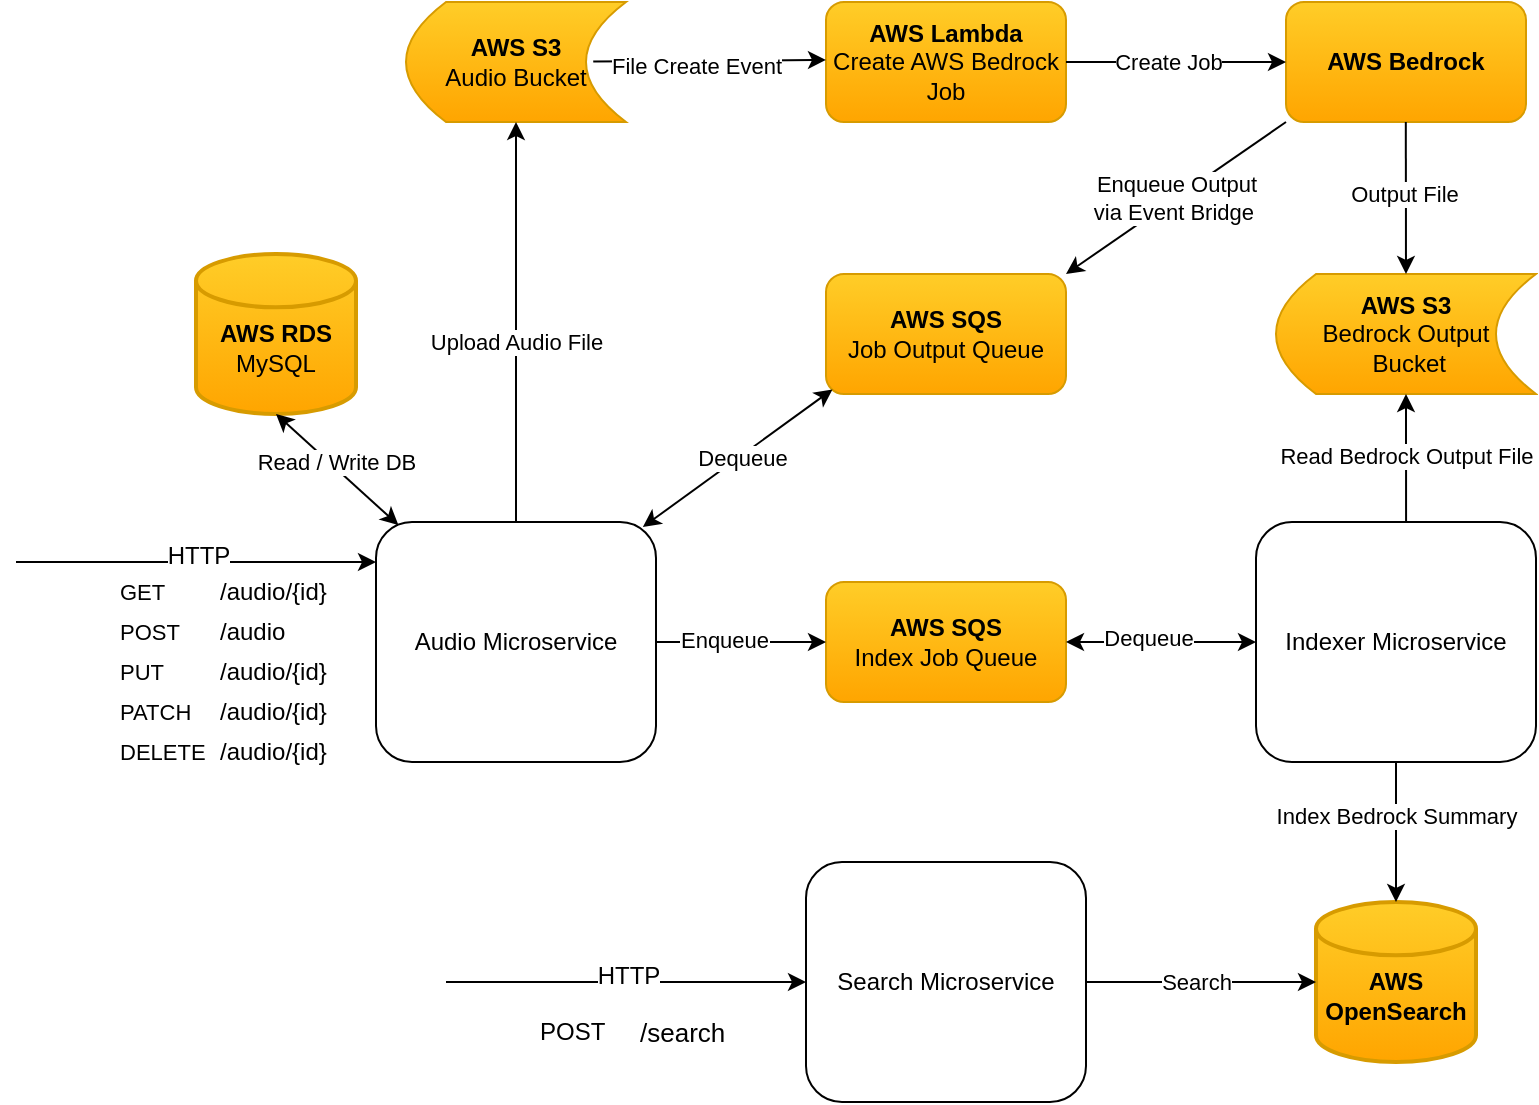
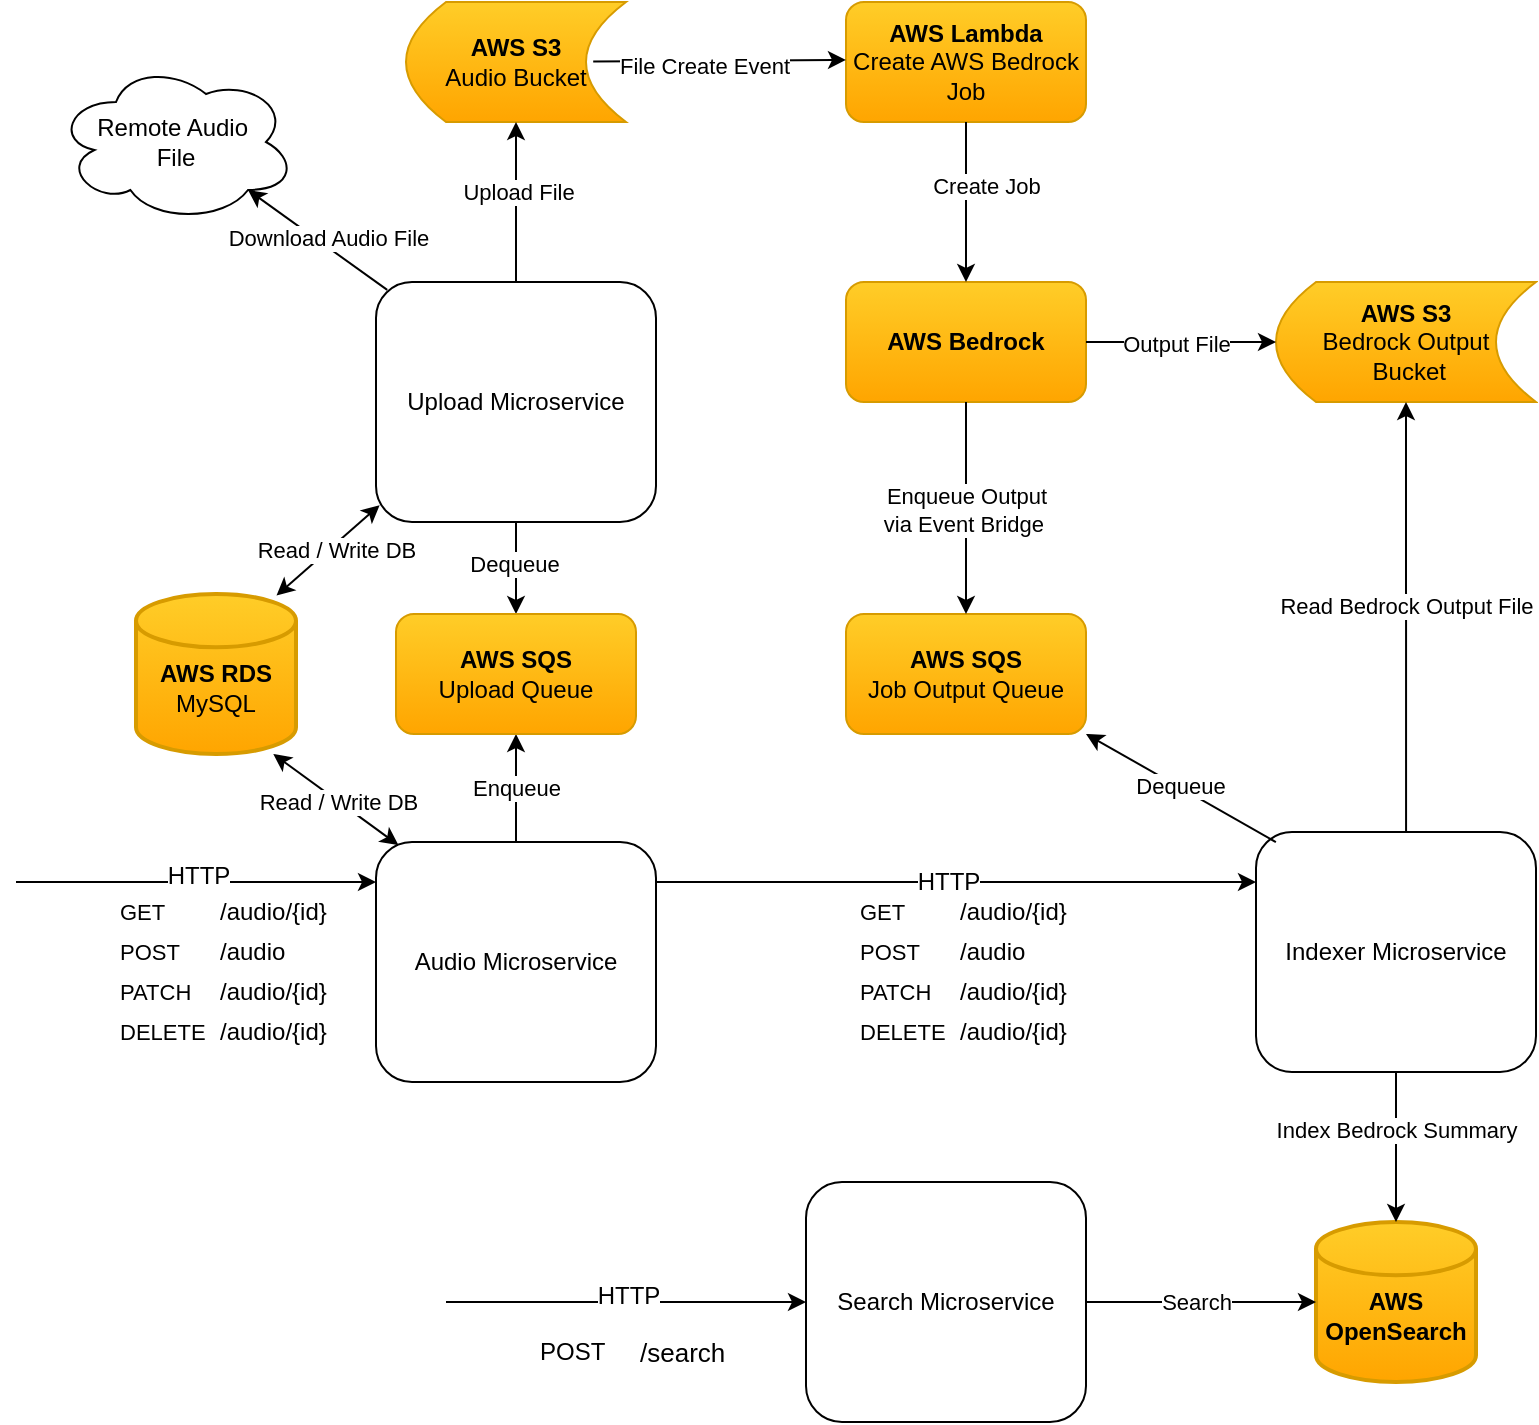
<mxfile host="app.diagrams.net">
  <diagram name="Page-1" id="f59WVBb-iNvn2O2LxKiO">
-     <mxGraphModel dx="2435" dy="811" grid="1" gridSize="10" guides="1" tooltips="1" connect="1" arrows="1" fold="1" page="1" pageScale="1" pageWidth="850" pageHeight="1100" math="0" shadow="0">
+     <mxGraphModel dx="3207" dy="1238" grid="1" gridSize="10" guides="1" tooltips="1" connect="1" arrows="1" fold="1" page="1" pageScale="1" pageWidth="850" pageHeight="1100" math="0" shadow="0">
      <root>
        <mxCell id="0" />
        <mxCell id="1" parent="0" />
        <mxCell id="4osqK7r4l8zFtXeIyvex-1" parent="1" style="strokeWidth=2;html=1;shape=mxgraph.flowchart.database;whiteSpace=wrap;fillColor=#ffcd28;strokeColor=#d79b00;gradientColor=#ffa500;" value="&lt;div&gt;&lt;br&gt;&lt;/div&gt;&lt;div&gt;&lt;span style=&quot;background-color: transparent; color: light-dark(rgb(0, 0, 0), rgb(255, 255, 255));&quot;&gt;&lt;br&gt;&lt;/span&gt;&lt;/div&gt;&lt;div&gt;&lt;span style=&quot;background-color: transparent; color: light-dark(rgb(0, 0, 0), rgb(255, 255, 255));&quot;&gt;&lt;b&gt;AWS RDS&lt;/b&gt;&lt;/span&gt;&lt;/div&gt;&lt;div&gt;&amp;nbsp;MySQL&amp;nbsp;&lt;div&gt;&lt;br&gt;&lt;/div&gt;&lt;/div&gt;" vertex="1">
-           <mxGeometry height="80" width="80" x="-740" y="556" as="geometry" />
+           <mxGeometry height="80" width="80" x="-770" y="566" as="geometry" />
+         </mxCell>
+         <mxCell id="JJBrL1IiXQh0uZgZklNr-6" edge="1" parent="1" source="4osqK7r4l8zFtXeIyvex-2" style="edgeStyle=orthogonalEdgeStyle;rounded=0;orthogonalLoop=1;jettySize=auto;html=1;exitX=0.5;exitY=0;exitDx=0;exitDy=0;entryX=0.5;entryY=1;entryDx=0;entryDy=0;" target="JJBrL1IiXQh0uZgZklNr-4">
+           <mxGeometry relative="1" as="geometry">
+             <mxPoint x="-580.2" y="640" as="targetPoint" />
+           </mxGeometry>
+         </mxCell>
+         <mxCell id="JJBrL1IiXQh0uZgZklNr-7" connectable="0" parent="JJBrL1IiXQh0uZgZklNr-6" style="edgeLabel;html=1;align=center;verticalAlign=middle;resizable=0;points=[];" value="Enqueue" vertex="1">
+           <mxGeometry relative="1" x="0.008" y="1" as="geometry">
+             <mxPoint x="1" as="offset" />
+           </mxGeometry>
        </mxCell>
        <mxCell id="4osqK7r4l8zFtXeIyvex-2" parent="1" style="rounded=1;whiteSpace=wrap;html=1;" value="Audio Microservice" vertex="1">
          <mxGeometry height="120" width="140" x="-650" y="690" as="geometry" />
        </mxCell>
-         <mxCell id="4osqK7r4l8zFtXeIyvex-5" edge="1" parent="1" source="4osqK7r4l8zFtXeIyvex-1" style="endArrow=classic;startArrow=classic;html=1;rounded=0;entryX=0.08;entryY=0.013;entryDx=0;entryDy=0;exitX=0.5;exitY=1;exitDx=0;exitDy=0;exitPerimeter=0;entryPerimeter=0;" target="4osqK7r4l8zFtXeIyvex-2" value="">
+         <mxCell id="4osqK7r4l8zFtXeIyvex-5" edge="1" parent="1" source="4osqK7r4l8zFtXeIyvex-1" style="endArrow=classic;startArrow=classic;html=1;rounded=0;entryX=0.08;entryY=0.013;entryDx=0;entryDy=0;exitX=0.858;exitY=1;exitDx=0;exitDy=0;exitPerimeter=0;entryPerimeter=0;" target="4osqK7r4l8zFtXeIyvex-2" value="">
          <mxGeometry height="50" relative="1" width="50" as="geometry">
            <mxPoint x="-460" y="830" as="sourcePoint" />
            <mxPoint x="-410" y="780" as="targetPoint" />
          </mxGeometry>
        </mxCell>
        <mxCell id="4osqK7r4l8zFtXeIyvex-55" connectable="0" parent="4osqK7r4l8zFtXeIyvex-5" style="edgeLabel;html=1;align=center;verticalAlign=middle;resizable=0;points=[];" value="Read / Write DB" vertex="1">
          <mxGeometry relative="1" x="-0.2893" y="-1" as="geometry">
-             <mxPoint x="9" y="3" as="offset" />
+             <mxPoint x="10" y="7" as="offset" />
          </mxGeometry>
        </mxCell>
        <mxCell id="4osqK7r4l8zFtXeIyvex-6" parent="1" style="shape=dataStorage;whiteSpace=wrap;html=1;fixedSize=1;fillColor=#ffcd28;gradientColor=#ffa500;strokeColor=#d79b00;align=center;" value="&lt;b&gt;AWS S3&lt;/b&gt;&lt;div&gt;Audio Bucket&lt;/div&gt;" vertex="1">
-           <mxGeometry height="60" width="110" x="-635" y="430" as="geometry" />
-         </mxCell>
-         <mxCell id="4osqK7r4l8zFtXeIyvex-7" edge="1" parent="1" source="4osqK7r4l8zFtXeIyvex-2" style="endArrow=classic;html=1;rounded=0;exitX=0.5;exitY=0;exitDx=0;exitDy=0;entryX=0.5;entryY=1;entryDx=0;entryDy=0;" target="4osqK7r4l8zFtXeIyvex-6" value="">
-           <mxGeometry height="50" relative="1" width="50" as="geometry">
-             <mxPoint x="-560" y="600" as="sourcePoint" />
-             <mxPoint x="-580" y="550" as="targetPoint" />
-           </mxGeometry>
-         </mxCell>
-         <mxCell id="4osqK7r4l8zFtXeIyvex-8" connectable="0" parent="4osqK7r4l8zFtXeIyvex-7" style="edgeLabel;html=1;align=center;verticalAlign=middle;resizable=0;points=[];" value="&lt;font&gt;Upload Audio File&lt;/font&gt;" vertex="1">
-           <mxGeometry relative="1" x="-0.0014" y="-5" as="geometry">
-             <mxPoint x="-5" y="10" as="offset" />
-           </mxGeometry>
+           <mxGeometry height="60" width="110" x="-635" y="270" as="geometry" />
        </mxCell>
        <mxCell id="4osqK7r4l8zFtXeIyvex-9" edge="1" parent="1" style="endArrow=classic;html=1;rounded=0;entryX=0;entryY=0.583;entryDx=0;entryDy=0;entryPerimeter=0;" value="">
          <mxGeometry height="50" relative="1" width="50" as="geometry">
            <mxPoint x="-830" y="710" as="sourcePoint" />
            <mxPoint x="-649.9999999999999" y="710" as="targetPoint" />
          </mxGeometry>
        </mxCell>
        <mxCell id="4osqK7r4l8zFtXeIyvex-10" connectable="0" parent="4osqK7r4l8zFtXeIyvex-9" style="edgeLabel;html=1;align=center;verticalAlign=middle;resizable=0;points=[];" value="&lt;font style=&quot;font-size: 12px;&quot;&gt;HTTP&lt;/font&gt;" vertex="1">
          <mxGeometry relative="1" x="0.1367" y="3" as="geometry">
            <mxPoint x="-12" as="offset" />
          </mxGeometry>
        </mxCell>
        <mxCell id="4osqK7r4l8zFtXeIyvex-11" parent="1" style="text;html=1;whiteSpace=wrap;strokeColor=none;fillColor=none;align=left;verticalAlign=middle;rounded=0;" value="&lt;font style=&quot;font-size: 11px;&quot;&gt;GET&lt;/font&gt;" vertex="1">
          <mxGeometry height="30" width="30" x="-780" y="710" as="geometry" />
        </mxCell>
        <mxCell id="4osqK7r4l8zFtXeIyvex-12" parent="1" style="text;html=1;whiteSpace=wrap;strokeColor=none;fillColor=none;align=left;verticalAlign=middle;rounded=0;" value="&lt;font style=&quot;font-size: 11px;&quot;&gt;POST&amp;nbsp;&lt;/font&gt;" vertex="1">
          <mxGeometry height="30" width="30" x="-780" y="730" as="geometry" />
        </mxCell>
-         <mxCell id="4osqK7r4l8zFtXeIyvex-13" parent="1" style="text;html=1;whiteSpace=wrap;strokeColor=none;fillColor=none;align=left;verticalAlign=middle;rounded=0;" value="&lt;font style=&quot;font-size: 11px;&quot;&gt;PUT&amp;nbsp;&lt;/font&gt;" vertex="1">
-           <mxGeometry height="30" width="30" x="-780" y="750" as="geometry" />
-         </mxCell>
        <mxCell id="4osqK7r4l8zFtXeIyvex-14" parent="1" style="text;html=1;whiteSpace=wrap;strokeColor=none;fillColor=none;align=left;verticalAlign=middle;rounded=0;" value="&lt;font style=&quot;font-size: 11px;&quot;&gt;PATCH&amp;nbsp;&lt;/font&gt;" vertex="1">
-           <mxGeometry height="30" width="40" x="-780" y="770" as="geometry" />
+           <mxGeometry height="30" width="40" x="-780" y="750" as="geometry" />
        </mxCell>
        <mxCell id="4osqK7r4l8zFtXeIyvex-15" parent="1" style="text;html=1;whiteSpace=wrap;strokeColor=none;fillColor=none;align=left;verticalAlign=middle;rounded=0;" value="&lt;font style=&quot;font-size: 11px;&quot;&gt;DELETE&lt;/font&gt;" vertex="1">
-           <mxGeometry height="30" width="50" x="-780" y="790" as="geometry" />
+           <mxGeometry height="30" width="50" x="-780" y="770" as="geometry" />
        </mxCell>
        <mxCell id="4osqK7r4l8zFtXeIyvex-16" parent="1" style="text;html=1;whiteSpace=wrap;strokeColor=none;fillColor=none;align=left;verticalAlign=middle;rounded=0;" value="/audio/{id}" vertex="1">
          <mxGeometry height="20" width="60" x="-730" y="715" as="geometry" />
        </mxCell>
-         <mxCell id="4osqK7r4l8zFtXeIyvex-19" parent="1" style="text;html=1;whiteSpace=wrap;strokeColor=none;fillColor=none;align=left;verticalAlign=middle;rounded=0;" value="/audio/{id}" vertex="1">
+         <mxCell id="4osqK7r4l8zFtXeIyvex-20" parent="1" style="text;html=1;whiteSpace=wrap;strokeColor=none;fillColor=none;align=left;verticalAlign=middle;rounded=0;" value="/audio/{id}" vertex="1">
          <mxGeometry height="20" width="60" x="-730" y="755" as="geometry" />
        </mxCell>
-         <mxCell id="4osqK7r4l8zFtXeIyvex-20" parent="1" style="text;html=1;whiteSpace=wrap;strokeColor=none;fillColor=none;align=left;verticalAlign=middle;rounded=0;" value="/audio/{id}" vertex="1">
+         <mxCell id="4osqK7r4l8zFtXeIyvex-21" parent="1" style="text;html=1;whiteSpace=wrap;strokeColor=none;fillColor=none;align=left;verticalAlign=middle;rounded=0;" value="/audio/{id}" vertex="1">
          <mxGeometry height="20" width="60" x="-730" y="775" as="geometry" />
-         </mxCell>
-         <mxCell id="4osqK7r4l8zFtXeIyvex-21" parent="1" style="text;html=1;whiteSpace=wrap;strokeColor=none;fillColor=none;align=left;verticalAlign=middle;rounded=0;" value="/audio/{id}" vertex="1">
-           <mxGeometry height="20" width="60" x="-730" y="795" as="geometry" />
        </mxCell>
        <mxCell id="4osqK7r4l8zFtXeIyvex-22" parent="1" style="text;html=1;whiteSpace=wrap;strokeColor=none;fillColor=none;align=left;verticalAlign=middle;rounded=0;" value="/audio" vertex="1">
          <mxGeometry height="20" width="60" x="-730" y="735" as="geometry" />
        </mxCell>
        <mxCell id="4osqK7r4l8zFtXeIyvex-23" parent="1" style="rounded=1;whiteSpace=wrap;html=1;fillColor=#ffcd28;gradientColor=#ffa500;strokeColor=#d79b00;" value="&lt;b&gt;AWS Lambda&lt;/b&gt;&lt;div&gt;Create AWS Bedrock Job&lt;/div&gt;" vertex="1">
-           <mxGeometry height="60" width="120" x="-425" y="430" as="geometry" />
+           <mxGeometry height="60" width="120" x="-415" y="270" as="geometry" />
        </mxCell>
        <mxCell id="4osqK7r4l8zFtXeIyvex-24" edge="1" parent="1" source="4osqK7r4l8zFtXeIyvex-6" style="endArrow=classic;html=1;rounded=0;entryX=0;entryY=0.483;entryDx=0;entryDy=0;entryPerimeter=0;exitX=0.851;exitY=0.496;exitDx=0;exitDy=0;exitPerimeter=0;" target="4osqK7r4l8zFtXeIyvex-23" value="">
          <mxGeometry height="50" relative="1" width="50" as="geometry">
            <mxPoint x="-520" y="459" as="sourcePoint" />
            <mxPoint x="-420" y="459" as="targetPoint" />
          </mxGeometry>
        </mxCell>
        <mxCell id="4osqK7r4l8zFtXeIyvex-25" connectable="0" parent="4osqK7r4l8zFtXeIyvex-24" style="edgeLabel;html=1;align=center;verticalAlign=middle;resizable=0;points=[];" value="File Create Event" vertex="1">
          <mxGeometry relative="1" x="-0.1199" y="-2" as="geometry">
            <mxPoint as="offset" />
          </mxGeometry>
        </mxCell>
        <mxCell id="4osqK7r4l8zFtXeIyvex-26" parent="1" style="rounded=1;whiteSpace=wrap;html=1;fillColor=#ffcd28;gradientColor=#ffa500;strokeColor=#d79b00;" value="&lt;b&gt;AWS Bedrock&lt;/b&gt;" vertex="1">
-           <mxGeometry height="60" width="120" x="-195" y="430" as="geometry" />
-         </mxCell>
-         <mxCell id="4osqK7r4l8zFtXeIyvex-27" edge="1" parent="1" source="4osqK7r4l8zFtXeIyvex-23" style="endArrow=classic;html=1;rounded=0;exitX=1;exitY=0.5;exitDx=0;exitDy=0;entryX=0;entryY=0.5;entryDx=0;entryDy=0;" target="4osqK7r4l8zFtXeIyvex-26" value="">
+           <mxGeometry height="60" width="120" x="-415" y="410" as="geometry" />
+         </mxCell>
+         <mxCell id="4osqK7r4l8zFtXeIyvex-27" edge="1" parent="1" source="4osqK7r4l8zFtXeIyvex-23" style="endArrow=classic;html=1;rounded=0;exitX=0.5;exitY=1;exitDx=0;exitDy=0;entryX=0.5;entryY=0;entryDx=0;entryDy=0;" target="4osqK7r4l8zFtXeIyvex-26" value="">
          <mxGeometry height="50" relative="1" width="50" as="geometry">
            <mxPoint x="-245" y="480" as="sourcePoint" />
            <mxPoint x="-195" y="430" as="targetPoint" />
          </mxGeometry>
        </mxCell>
        <mxCell id="4osqK7r4l8zFtXeIyvex-34" connectable="0" parent="4osqK7r4l8zFtXeIyvex-27" style="edgeLabel;html=1;align=center;verticalAlign=middle;resizable=0;points=[];" value="Create Job" vertex="1">
          <mxGeometry relative="1" x="-0.2412" y="1" as="geometry">
            <mxPoint x="9" y="1" as="offset" />
          </mxGeometry>
        </mxCell>
        <mxCell id="4osqK7r4l8zFtXeIyvex-28" parent="1" style="rounded=1;whiteSpace=wrap;html=1;fillColor=#ffcd28;gradientColor=#ffa500;strokeColor=#d79b00;" value="&lt;b&gt;AWS SQS&lt;/b&gt;&lt;div&gt;Job Output Queue&lt;/div&gt;" vertex="1">
-           <mxGeometry height="60" width="120" x="-425" y="566" as="geometry" />
+           <mxGeometry height="60" width="120" x="-415" y="576" as="geometry" />
        </mxCell>
        <mxCell id="4osqK7r4l8zFtXeIyvex-29" parent="1" style="shape=dataStorage;whiteSpace=wrap;html=1;fixedSize=1;fillColor=#ffcd28;gradientColor=#ffa500;strokeColor=#d79b00;align=center;" value="&lt;b&gt;AWS S3&lt;/b&gt;&lt;div&gt;Bedrock Output&lt;/div&gt;&lt;div&gt;&amp;nbsp;Bucket&lt;/div&gt;" vertex="1">
-           <mxGeometry height="60" width="130" x="-200" y="566" as="geometry" />
-         </mxCell>
-         <mxCell id="4osqK7r4l8zFtXeIyvex-30" edge="1" parent="1" style="endArrow=classic;html=1;rounded=0;exitX=0.5;exitY=1;exitDx=0;exitDy=0;entryX=0.5;entryY=0;entryDx=0;entryDy=0;" target="4osqK7r4l8zFtXeIyvex-29" value="">
+           <mxGeometry height="60" width="130" x="-200" y="410" as="geometry" />
+         </mxCell>
+         <mxCell id="4osqK7r4l8zFtXeIyvex-30" edge="1" parent="1" source="4osqK7r4l8zFtXeIyvex-26" style="endArrow=classic;html=1;rounded=0;exitX=1;exitY=0.5;exitDx=0;exitDy=0;entryX=0;entryY=0.5;entryDx=0;entryDy=0;" target="4osqK7r4l8zFtXeIyvex-29" value="">
          <mxGeometry height="50" relative="1" width="50" as="geometry">
            <mxPoint x="-135.1" y="490" as="sourcePoint" />
            <mxPoint x="-135" y="530" as="targetPoint" />
          </mxGeometry>
        </mxCell>
        <mxCell id="4osqK7r4l8zFtXeIyvex-32" connectable="0" parent="4osqK7r4l8zFtXeIyvex-30" style="edgeLabel;html=1;align=center;verticalAlign=middle;resizable=0;points=[];" value="Output File" vertex="1">
          <mxGeometry relative="1" x="-0.055" y="-1" as="geometry">
            <mxPoint as="offset" />
          </mxGeometry>
        </mxCell>
-         <mxCell id="4osqK7r4l8zFtXeIyvex-35" edge="1" parent="1" source="4osqK7r4l8zFtXeIyvex-28" style="endArrow=none;html=1;rounded=0;entryX=0;entryY=1;entryDx=0;entryDy=0;exitX=1;exitY=0;exitDx=0;exitDy=0;startArrow=classic;startFill=1;endFill=0;" target="4osqK7r4l8zFtXeIyvex-26" value="">
+         <mxCell id="4osqK7r4l8zFtXeIyvex-35" edge="1" parent="1" source="4osqK7r4l8zFtXeIyvex-28" style="endArrow=none;html=1;rounded=0;entryX=0.5;entryY=1;entryDx=0;entryDy=0;exitX=0.5;exitY=0;exitDx=0;exitDy=0;startArrow=classic;startFill=1;endFill=0;" target="4osqK7r4l8zFtXeIyvex-26" value="">
          <mxGeometry height="50" relative="1" width="50" as="geometry">
            <mxPoint x="-90" y="550" as="sourcePoint" />
            <mxPoint x="-40" y="500" as="targetPoint" />
          </mxGeometry>
        </mxCell>
        <mxCell id="4osqK7r4l8zFtXeIyvex-36" connectable="0" parent="4osqK7r4l8zFtXeIyvex-35" style="edgeLabel;html=1;align=center;verticalAlign=middle;resizable=0;points=[];" value="&amp;nbsp;Enqueue Output&amp;nbsp;&lt;div&gt;via Event Bridge&amp;nbsp;&lt;/div&gt;" vertex="1">
          <mxGeometry relative="1" x="-0.0067" as="geometry">
            <mxPoint as="offset" />
          </mxGeometry>
        </mxCell>
        <mxCell id="4osqK7r4l8zFtXeIyvex-38" parent="1" style="rounded=1;whiteSpace=wrap;html=1;" value="Indexer Microservice" vertex="1">
-           <mxGeometry height="120" width="140" x="-210" y="690" as="geometry" />
-         </mxCell>
-         <mxCell id="4osqK7r4l8zFtXeIyvex-40" parent="1" style="rounded=1;whiteSpace=wrap;html=1;fillColor=#ffcd28;gradientColor=#ffa500;strokeColor=#d79b00;" value="&lt;b&gt;AWS SQS&lt;/b&gt;&lt;div&gt;Index Job Queue&lt;/div&gt;" vertex="1">
-           <mxGeometry height="60" width="120" x="-425" y="720" as="geometry" />
-         </mxCell>
-         <mxCell id="4osqK7r4l8zFtXeIyvex-42" edge="1" parent="1" source="4osqK7r4l8zFtXeIyvex-2" style="endArrow=classic;startArrow=classic;html=1;rounded=0;entryX=0.027;entryY=0.962;entryDx=0;entryDy=0;exitX=0.953;exitY=0.021;exitDx=0;exitDy=0;exitPerimeter=0;entryPerimeter=0;" target="4osqK7r4l8zFtXeIyvex-28" value="">
+           <mxGeometry height="120" width="140" x="-210" y="685" as="geometry" />
+         </mxCell>
+         <mxCell id="4osqK7r4l8zFtXeIyvex-42" edge="1" parent="1" source="4osqK7r4l8zFtXeIyvex-38" style="endArrow=classic;startArrow=none;html=1;rounded=0;entryX=1;entryY=1;entryDx=0;entryDy=0;exitX=0.071;exitY=0.042;exitDx=0;exitDy=0;exitPerimeter=0;endFill=1;startFill=0;" target="4osqK7r4l8zFtXeIyvex-28" value="">
          <mxGeometry height="50" relative="1" width="50" as="geometry">
            <mxPoint x="-510" y="700" as="sourcePoint" />
            <mxPoint x="-460" y="650" as="targetPoint" />
          </mxGeometry>
        </mxCell>
        <mxCell id="4osqK7r4l8zFtXeIyvex-46" connectable="0" parent="4osqK7r4l8zFtXeIyvex-42" style="edgeLabel;html=1;align=center;verticalAlign=middle;resizable=0;points=[];" value="Dequeue" vertex="1">
          <mxGeometry relative="1" x="0.0242" y="-1" as="geometry">
-             <mxPoint as="offset" />
-           </mxGeometry>
-         </mxCell>
-         <mxCell id="4osqK7r4l8zFtXeIyvex-43" edge="1" parent="1" source="4osqK7r4l8zFtXeIyvex-2" style="endArrow=classic;html=1;rounded=0;exitX=1;exitY=0.5;exitDx=0;exitDy=0;entryX=0;entryY=0.5;entryDx=0;entryDy=0;" target="4osqK7r4l8zFtXeIyvex-40" value="">
-           <mxGeometry height="50" relative="1" width="50" as="geometry">
-             <mxPoint x="-450" y="700" as="sourcePoint" />
-             <mxPoint x="-430" y="720" as="targetPoint" />
-           </mxGeometry>
-         </mxCell>
-         <mxCell id="4osqK7r4l8zFtXeIyvex-48" connectable="0" parent="4osqK7r4l8zFtXeIyvex-43" style="edgeLabel;html=1;align=center;verticalAlign=middle;resizable=0;points=[];" value="Enqueue" vertex="1">
-           <mxGeometry relative="1" x="-0.2141" y="1" as="geometry">
-             <mxPoint as="offset" />
-           </mxGeometry>
-         </mxCell>
-         <mxCell id="4osqK7r4l8zFtXeIyvex-45" edge="1" parent="1" source="4osqK7r4l8zFtXeIyvex-40" style="endArrow=classic;startArrow=classic;html=1;rounded=0;entryX=0;entryY=0.5;entryDx=0;entryDy=0;exitX=1;exitY=0.5;exitDx=0;exitDy=0;" target="4osqK7r4l8zFtXeIyvex-38" value="">
-           <mxGeometry height="50" relative="1" width="50" as="geometry">
-             <mxPoint x="-300" y="750" as="sourcePoint" />
-             <mxPoint x="-260" y="700" as="targetPoint" />
-           </mxGeometry>
-         </mxCell>
-         <mxCell id="4osqK7r4l8zFtXeIyvex-47" connectable="0" parent="4osqK7r4l8zFtXeIyvex-45" style="edgeLabel;html=1;align=center;verticalAlign=middle;resizable=0;points=[];" value="Dequeue" vertex="1">
-           <mxGeometry relative="1" x="-0.1495" y="2" as="geometry">
            <mxPoint as="offset" />
          </mxGeometry>
        </mxCell>
        <mxCell id="4osqK7r4l8zFtXeIyvex-49" edge="1" parent="1" source="4osqK7r4l8zFtXeIyvex-38" style="endArrow=classic;html=1;rounded=0;entryX=0.5;entryY=1;entryDx=0;entryDy=0;exitX=0.536;exitY=0;exitDx=0;exitDy=0;exitPerimeter=0;" target="4osqK7r4l8zFtXeIyvex-29" value="">
          <mxGeometry height="50" relative="1" width="50" as="geometry">
            <mxPoint x="-140" y="730" as="sourcePoint" />
            <mxPoint x="-90" y="680" as="targetPoint" />
          </mxGeometry>
        </mxCell>
        <mxCell id="4osqK7r4l8zFtXeIyvex-50" connectable="0" parent="4osqK7r4l8zFtXeIyvex-49" style="edgeLabel;html=1;align=center;verticalAlign=middle;resizable=0;points=[];" value="Read Bedrock Output File" vertex="1">
          <mxGeometry relative="1" x="0.0492" as="geometry">
            <mxPoint as="offset" />
          </mxGeometry>
        </mxCell>
        <mxCell id="4osqK7r4l8zFtXeIyvex-51" parent="1" style="strokeWidth=2;html=1;shape=mxgraph.flowchart.database;whiteSpace=wrap;fillColor=#ffcd28;strokeColor=#d79b00;gradientColor=#ffa500;" value="&lt;div&gt;&lt;br&gt;&lt;/div&gt;&lt;div&gt;&lt;b style=&quot;background-color: transparent; color: light-dark(rgb(0, 0, 0), rgb(255, 255, 255));&quot;&gt;AWS OpenSearch&lt;/b&gt;&lt;/div&gt;" vertex="1">
          <mxGeometry height="80" width="80" x="-180" y="880" as="geometry" />
        </mxCell>
        <mxCell id="4osqK7r4l8zFtXeIyvex-52" edge="1" parent="1" source="4osqK7r4l8zFtXeIyvex-38" style="endArrow=classic;html=1;rounded=0;entryX=0.5;entryY=0;entryDx=0;entryDy=0;entryPerimeter=0;exitX=0.5;exitY=1;exitDx=0;exitDy=0;" target="4osqK7r4l8zFtXeIyvex-51" value="">
          <mxGeometry height="50" relative="1" width="50" as="geometry">
            <mxPoint x="-90" y="650" as="sourcePoint" />
            <mxPoint x="-40" y="600" as="targetPoint" />
          </mxGeometry>
        </mxCell>
        <mxCell id="4osqK7r4l8zFtXeIyvex-53" connectable="0" parent="4osqK7r4l8zFtXeIyvex-52" style="edgeLabel;html=1;align=center;verticalAlign=middle;resizable=0;points=[];" value="Index Bedrock Summary" vertex="1">
          <mxGeometry relative="1" x="-0.2519" as="geometry">
            <mxPoint y="1" as="offset" />
          </mxGeometry>
        </mxCell>
        <mxCell id="4osqK7r4l8zFtXeIyvex-54" parent="1" style="rounded=1;whiteSpace=wrap;html=1;" value="Search Microservice" vertex="1">
          <mxGeometry height="120" width="140" x="-435" y="860" as="geometry" />
        </mxCell>
        <mxCell id="4osqK7r4l8zFtXeIyvex-79" edge="1" parent="1" style="endArrow=classic;html=1;rounded=0;entryX=0;entryY=0.583;entryDx=0;entryDy=0;entryPerimeter=0;" value="">
          <mxGeometry height="50" relative="1" width="50" as="geometry">
            <mxPoint x="-615" y="920" as="sourcePoint" />
            <mxPoint x="-434.9999999999999" y="920" as="targetPoint" />
          </mxGeometry>
        </mxCell>
        <mxCell id="4osqK7r4l8zFtXeIyvex-80" connectable="0" parent="4osqK7r4l8zFtXeIyvex-79" style="edgeLabel;html=1;align=center;verticalAlign=middle;resizable=0;points=[];" value="&lt;font style=&quot;font-size: 12px;&quot;&gt;HTTP&lt;/font&gt;" vertex="1">
          <mxGeometry relative="1" x="0.1367" y="3" as="geometry">
            <mxPoint x="-12" as="offset" />
          </mxGeometry>
        </mxCell>
        <mxCell id="4osqK7r4l8zFtXeIyvex-81" parent="1" style="text;html=1;whiteSpace=wrap;strokeColor=none;fillColor=none;align=left;verticalAlign=middle;rounded=0;" value="&lt;font&gt;POST&amp;nbsp;&lt;/font&gt;" vertex="1">
          <mxGeometry height="30" width="30" x="-570" y="930" as="geometry" />
        </mxCell>
        <mxCell id="4osqK7r4l8zFtXeIyvex-82" parent="1" style="text;html=1;whiteSpace=wrap;strokeColor=none;fillColor=none;align=left;verticalAlign=middle;rounded=0;" value="&lt;font style=&quot;font-size: 13px;&quot;&gt;/search&lt;/font&gt;" vertex="1">
          <mxGeometry height="20" width="50" x="-520" y="935" as="geometry" />
        </mxCell>
        <mxCell id="4osqK7r4l8zFtXeIyvex-84" edge="1" parent="1" source="4osqK7r4l8zFtXeIyvex-54" style="edgeStyle=orthogonalEdgeStyle;rounded=0;orthogonalLoop=1;jettySize=auto;html=1;exitX=1;exitY=0.5;exitDx=0;exitDy=0;entryX=0;entryY=0.5;entryDx=0;entryDy=0;entryPerimeter=0;" target="4osqK7r4l8zFtXeIyvex-51">
          <mxGeometry relative="1" as="geometry" />
        </mxCell>
        <mxCell id="4osqK7r4l8zFtXeIyvex-85" connectable="0" parent="4osqK7r4l8zFtXeIyvex-84" style="edgeLabel;html=1;align=center;verticalAlign=middle;resizable=0;points=[];" value="Search" vertex="1">
          <mxGeometry relative="1" x="-0.049" as="geometry">
            <mxPoint as="offset" />
+           </mxGeometry>
+         </mxCell>
+         <mxCell id="JJBrL1IiXQh0uZgZklNr-10" edge="1" parent="1" source="JJBrL1IiXQh0uZgZklNr-1" style="edgeStyle=orthogonalEdgeStyle;rounded=0;orthogonalLoop=1;jettySize=auto;html=1;exitX=0.5;exitY=1;exitDx=0;exitDy=0;entryX=0.5;entryY=0;entryDx=0;entryDy=0;" target="JJBrL1IiXQh0uZgZklNr-4">
+           <mxGeometry relative="1" as="geometry">
+             <mxPoint x="-580" y="570" as="targetPoint" />
+           </mxGeometry>
+         </mxCell>
+         <mxCell id="JJBrL1IiXQh0uZgZklNr-11" connectable="0" parent="JJBrL1IiXQh0uZgZklNr-10" style="edgeLabel;html=1;align=center;verticalAlign=middle;resizable=0;points=[];" value="Dequeue" vertex="1">
+           <mxGeometry relative="1" x="-0.0856" y="-1" as="geometry">
+             <mxPoint as="offset" />
+           </mxGeometry>
+         </mxCell>
+         <mxCell id="JJBrL1IiXQh0uZgZklNr-1" parent="1" style="rounded=1;whiteSpace=wrap;html=1;" value="Upload Microservice" vertex="1">
+           <mxGeometry height="120" width="140" x="-650" y="410" as="geometry" />
+         </mxCell>
+         <mxCell id="JJBrL1IiXQh0uZgZklNr-2" edge="1" parent="1" source="4osqK7r4l8zFtXeIyvex-1" style="endArrow=classic;startArrow=classic;html=1;rounded=0;entryX=0.013;entryY=0.93;entryDx=0;entryDy=0;exitX=0.878;exitY=0.01;exitDx=0;exitDy=0;exitPerimeter=0;entryPerimeter=0;" target="JJBrL1IiXQh0uZgZklNr-1" value="">
+           <mxGeometry height="50" relative="1" width="50" as="geometry">
+             <mxPoint x="-670" y="510" as="sourcePoint" />
+             <mxPoint x="-569" y="572" as="targetPoint" />
+           </mxGeometry>
+         </mxCell>
+         <mxCell id="JJBrL1IiXQh0uZgZklNr-3" connectable="0" parent="JJBrL1IiXQh0uZgZklNr-2" style="edgeLabel;html=1;align=center;verticalAlign=middle;resizable=0;points=[];" value="Read / Write DB" vertex="1">
+           <mxGeometry relative="1" x="-0.2893" y="-1" as="geometry">
+             <mxPoint x="10" y="-8" as="offset" />
+           </mxGeometry>
+         </mxCell>
+         <mxCell id="JJBrL1IiXQh0uZgZklNr-4" parent="1" style="rounded=1;whiteSpace=wrap;html=1;fillColor=#ffcd28;gradientColor=#ffa500;strokeColor=#d79b00;" value="&lt;b&gt;AWS SQS&lt;/b&gt;&lt;div&gt;Upload Queue&lt;/div&gt;" vertex="1">
+           <mxGeometry height="60" width="120" x="-640" y="576" as="geometry" />
+         </mxCell>
+         <mxCell id="JJBrL1IiXQh0uZgZklNr-12" parent="1" style="ellipse;shape=cloud;whiteSpace=wrap;html=1;" value="Remote Audio&amp;nbsp;&lt;div&gt;File&lt;/div&gt;" vertex="1">
+           <mxGeometry height="80" width="120" x="-810" y="300" as="geometry" />
+         </mxCell>
+         <mxCell id="JJBrL1IiXQh0uZgZklNr-15" edge="1" parent="1" source="JJBrL1IiXQh0uZgZklNr-1" style="endArrow=classic;html=1;rounded=0;entryX=0.8;entryY=0.8;entryDx=0;entryDy=0;entryPerimeter=0;exitX=0.04;exitY=0.033;exitDx=0;exitDy=0;exitPerimeter=0;" target="JJBrL1IiXQh0uZgZklNr-12" value="">
+           <mxGeometry height="50" relative="1" width="50" as="geometry">
+             <mxPoint x="-210" y="570" as="sourcePoint" />
+             <mxPoint x="-160" y="520" as="targetPoint" />
+           </mxGeometry>
+         </mxCell>
+         <mxCell id="JJBrL1IiXQh0uZgZklNr-16" connectable="0" parent="JJBrL1IiXQh0uZgZklNr-15" style="edgeLabel;html=1;align=center;verticalAlign=middle;resizable=0;points=[];" value="Download Audio File" vertex="1">
+           <mxGeometry relative="1" x="0.1841" y="-1" as="geometry">
+             <mxPoint x="11" y="4" as="offset" />
+           </mxGeometry>
+         </mxCell>
+         <mxCell id="JJBrL1IiXQh0uZgZklNr-17" edge="1" parent="1" source="JJBrL1IiXQh0uZgZklNr-1" style="edgeStyle=orthogonalEdgeStyle;rounded=0;orthogonalLoop=1;jettySize=auto;html=1;exitX=0.5;exitY=0;exitDx=0;exitDy=0;entryX=0.5;entryY=1;entryDx=0;entryDy=0;" target="4osqK7r4l8zFtXeIyvex-6">
+           <mxGeometry relative="1" as="geometry" />
+         </mxCell>
+         <mxCell id="JJBrL1IiXQh0uZgZklNr-18" connectable="0" parent="JJBrL1IiXQh0uZgZklNr-17" style="edgeLabel;html=1;align=center;verticalAlign=middle;resizable=0;points=[];" value="Upload File" vertex="1">
+           <mxGeometry relative="1" x="0.119" y="-1" as="geometry">
+             <mxPoint as="offset" />
+           </mxGeometry>
+         </mxCell>
+         <mxCell id="JJBrL1IiXQh0uZgZklNr-20" parent="1" style="text;html=1;whiteSpace=wrap;strokeColor=none;fillColor=none;align=left;verticalAlign=middle;rounded=0;" value="&lt;font style=&quot;font-size: 11px;&quot;&gt;GET&lt;/font&gt;" vertex="1">
+           <mxGeometry height="30" width="30" x="-410" y="710" as="geometry" />
+         </mxCell>
+         <mxCell id="JJBrL1IiXQh0uZgZklNr-21" parent="1" style="text;html=1;whiteSpace=wrap;strokeColor=none;fillColor=none;align=left;verticalAlign=middle;rounded=0;" value="&lt;font style=&quot;font-size: 11px;&quot;&gt;POST&amp;nbsp;&lt;/font&gt;" vertex="1">
+           <mxGeometry height="30" width="30" x="-410" y="730" as="geometry" />
+         </mxCell>
+         <mxCell id="JJBrL1IiXQh0uZgZklNr-22" parent="1" style="text;html=1;whiteSpace=wrap;strokeColor=none;fillColor=none;align=left;verticalAlign=middle;rounded=0;" value="&lt;font style=&quot;font-size: 11px;&quot;&gt;PATCH&amp;nbsp;&lt;/font&gt;" vertex="1">
+           <mxGeometry height="30" width="40" x="-410" y="750" as="geometry" />
+         </mxCell>
+         <mxCell id="JJBrL1IiXQh0uZgZklNr-23" parent="1" style="text;html=1;whiteSpace=wrap;strokeColor=none;fillColor=none;align=left;verticalAlign=middle;rounded=0;" value="&lt;font style=&quot;font-size: 11px;&quot;&gt;DELETE&lt;/font&gt;" vertex="1">
+           <mxGeometry height="30" width="50" x="-410" y="770" as="geometry" />
+         </mxCell>
+         <mxCell id="JJBrL1IiXQh0uZgZklNr-24" parent="1" style="text;html=1;whiteSpace=wrap;strokeColor=none;fillColor=none;align=left;verticalAlign=middle;rounded=0;" value="/audio/{id}" vertex="1">
+           <mxGeometry height="20" width="60" x="-360" y="715" as="geometry" />
+         </mxCell>
+         <mxCell id="JJBrL1IiXQh0uZgZklNr-25" parent="1" style="text;html=1;whiteSpace=wrap;strokeColor=none;fillColor=none;align=left;verticalAlign=middle;rounded=0;" value="/audio/{id}" vertex="1">
+           <mxGeometry height="20" width="60" x="-360" y="755" as="geometry" />
+         </mxCell>
+         <mxCell id="JJBrL1IiXQh0uZgZklNr-26" parent="1" style="text;html=1;whiteSpace=wrap;strokeColor=none;fillColor=none;align=left;verticalAlign=middle;rounded=0;" value="/audio/{id}" vertex="1">
+           <mxGeometry height="20" width="60" x="-360" y="775" as="geometry" />
+         </mxCell>
+         <mxCell id="JJBrL1IiXQh0uZgZklNr-27" parent="1" style="text;html=1;whiteSpace=wrap;strokeColor=none;fillColor=none;align=left;verticalAlign=middle;rounded=0;" value="/audio" vertex="1">
+           <mxGeometry height="20" width="60" x="-360" y="735" as="geometry" />
+         </mxCell>
+         <mxCell id="JJBrL1IiXQh0uZgZklNr-28" edge="1" parent="1" style="endArrow=classic;html=1;rounded=0;entryX=0;entryY=0.208;entryDx=0;entryDy=0;entryPerimeter=0;" value="">
+           <mxGeometry height="50" relative="1" width="50" as="geometry">
+             <mxPoint x="-510" y="710.04" as="sourcePoint" />
+             <mxPoint x="-210" y="710" as="targetPoint" />
+           </mxGeometry>
+         </mxCell>
+         <mxCell id="JJBrL1IiXQh0uZgZklNr-29" connectable="0" parent="JJBrL1IiXQh0uZgZklNr-28" style="edgeLabel;html=1;align=center;verticalAlign=middle;resizable=0;points=[];" value="&lt;font style=&quot;font-size: 12px;&quot;&gt;HTTP&lt;/font&gt;" vertex="1">
+           <mxGeometry relative="1" x="0.1367" y="3" as="geometry">
+             <mxPoint x="-25" y="3" as="offset" />
          </mxGeometry>
        </mxCell>
      </root>
    </mxGraphModel>
  </diagram>
</mxfile>
